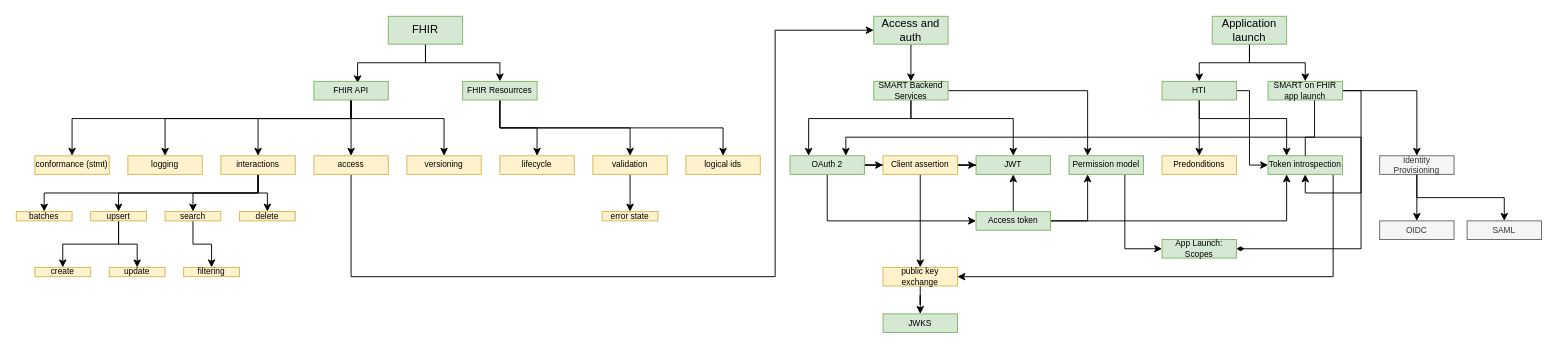
Earlier version of the draw.io diagram topics/KT2.0 Documentation Topics.drawio (Koppeltaal/Koppeltaal-2.0-Specificaties-en-Architectuur). Source tidied: cells renumbered, new cells numbered last; positions are measured from the earlier drawing's top-left corner, leaving out a move shared by most shapes. Both pictures are drawn from the tidied source at 93%, with x=0, y=0 at pixel (16, 16).
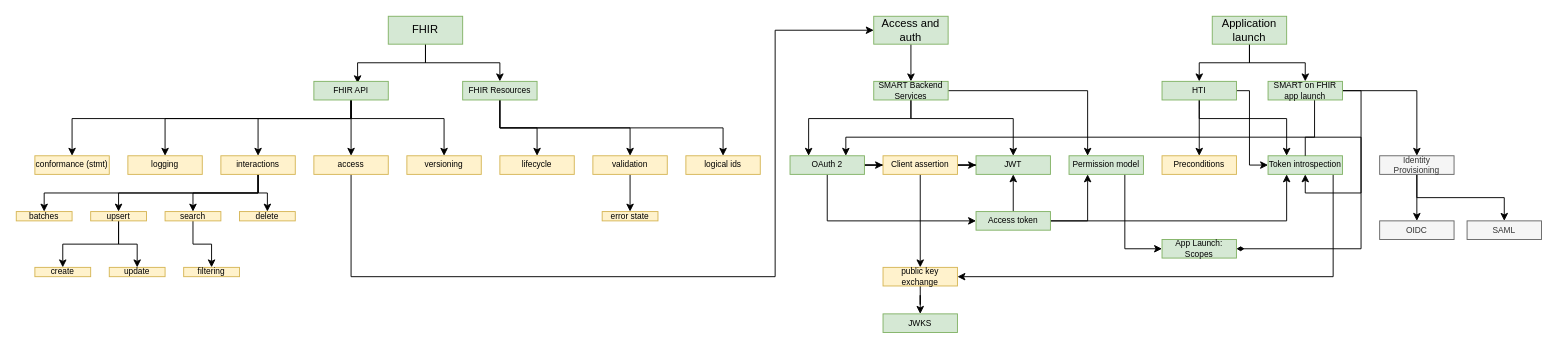
After the change.

The edit, as a diff of the source:
```diff
@@
-    <mxCell id="14" value="&lt;font style=&quot;font-size: 9px;&quot;&gt;FHIR Resourrces&lt;/font&gt;" style="rounded=0;whiteSpace=wrap;html=1;fillColor=#d5e8d4;strokeColor=#82b366;fontSize=9;" parent="1" vertex="1">
+    <mxCell id="14" value="&lt;font style=&quot;font-size: 9px;&quot;&gt;FHIR Resources&lt;/font&gt;" style="rounded=0;whiteSpace=wrap;html=1;fillColor=#d5e8d4;strokeColor=#82b366;fontSize=9;" parent="1" vertex="1">
       <mxGeometry x="480" y="70" width="80" height="20" as="geometry" />
     </mxCell>
@@
-    <mxCell id="62" value="&lt;font style=&quot;font-size: 9px;&quot;&gt;Predonditions&lt;/font&gt;" style="rounded=0;whiteSpace=wrap;html=1;fillColor=#fff2cc;strokeColor=#d6b656;fontSize=9;" parent="1" vertex="1">
+    <mxCell id="62" value="&lt;font style=&quot;font-size: 9px;&quot;&gt;Preconditions&lt;/font&gt;" style="rounded=0;whiteSpace=wrap;html=1;fillColor=#fff2cc;strokeColor=#d6b656;fontSize=9;" parent="1" vertex="1">
       <mxGeometry x="1232" y="150" width="80" height="20" as="geometry" />
     </mxCell>
```
